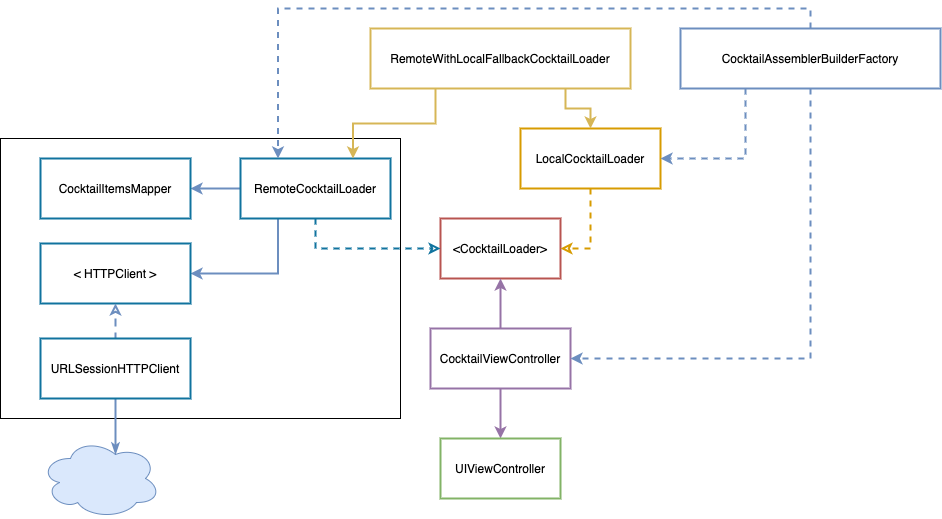
The draw.io diagram cocktail_list_feature_architecture.png in fvegagiga/DrinGo, before a commit. Source tidied: cells renumbered, new cells last; positions are measured from the earlier drawing's top-left corner, leaving out a move shared by most shapes.
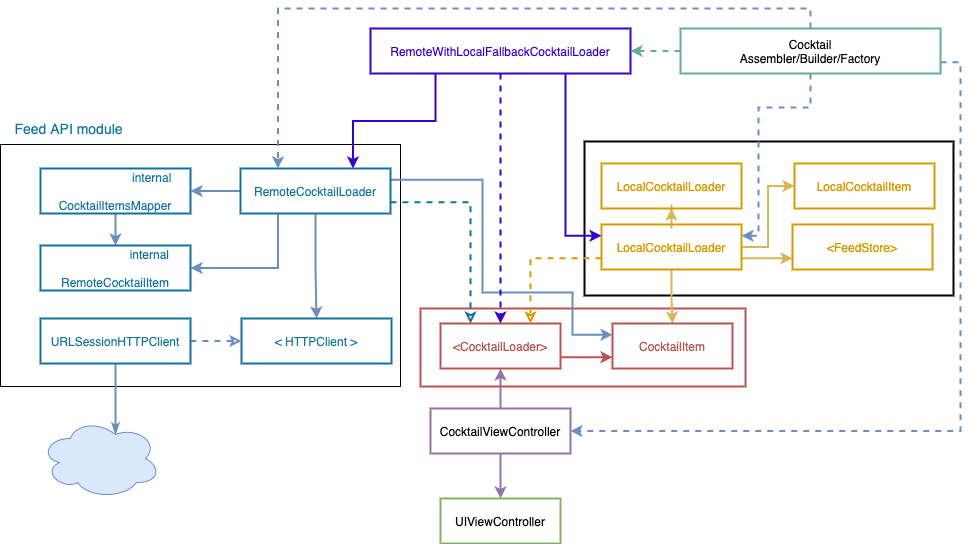
After the change.

Commit message:
Update architecture graph

The edit, as a diff of the source:
```diff
@@ -2,38 +2,75 @@
   <root>
     <mxCell id="0" />
     <mxCell id="1" parent="0" />
+    <mxCell id="27" style="rounded=0;whiteSpace=wrap;html=1;strokeWidth=2;fillColor=none;gradientColor=none;" parent="1" vertex="1">
+      <mxGeometry x="584" y="133" width="369" height="154" as="geometry" />
+    </mxCell>
+    <mxCell id="28" style="rounded=0;whiteSpace=wrap;html=1;strokeColor=#b85450;fillColor=none;strokeWidth=2;" parent="1" vertex="1">
+      <mxGeometry x="420" y="300" width="325" height="78" as="geometry" />
+    </mxCell>
-    <mxCell id="2" style="rounded=0;whiteSpace=wrap;html=1;" parent="1" vertex="1">
-      <mxGeometry y="110" width="400" height="280" as="geometry" />
+    <mxCell id="2" style="rounded=0;whiteSpace=wrap;html=1;fillColor=none;" parent="1" vertex="1">
+      <mxGeometry y="136" width="400" height="242" as="geometry" />
     </mxCell>
+    <mxCell id="29" style="edgeStyle=orthogonalEdgeStyle;rounded=0;jettySize=auto;html=1;entryX=0;entryY=0.75;entryDx=0;entryDy=0;strokeWidth=2;exitX=1;exitY=0.75;exitDx=0;exitDy=0;fillColor=#f8cecc;strokeColor=#b85450;" parent="1" edge="1" source="3" target="39">
+      <mxGeometry relative="1" as="geometry" />
+    </mxCell>
-    <mxCell id="3" value="&amp;lt;CocktailLoader&amp;gt;" style="rounded=0;whiteSpace=wrap;html=1;strokeColor=#b85450;fillColor=none;strokeWidth=2;" parent="1" vertex="1">
-      <mxGeometry x="440" y="190" width="120" height="60" as="geometry" />
+    <mxCell id="3" value="&amp;lt;CocktailLoader&amp;gt;" style="rounded=0;whiteSpace=wrap;html=1;strokeColor=#b85450;fillColor=none;strokeWidth=2;fontColor=#B85450;" parent="1" vertex="1">
+      <mxGeometry x="440" y="315" width="120" height="45" as="geometry" />
     </mxCell>
-    <mxCell id="4" style="edgeStyle=orthogonalEdgeStyle;rounded=0;jettySize=auto;html=1;exitX=0.5;exitY=1;exitDx=0;exitDy=0;entryX=0;entryY=0.5;entryDx=0;entryDy=0;dashed=1;endArrow=classic;endFill=0;fillColor=#b1ddf0;strokeColor=#10739e;strokeWidth=2;" parent="1" edge="1" source="7" target="3">
+    <mxCell id="4" style="edgeStyle=orthogonalEdgeStyle;rounded=0;jettySize=auto;html=1;exitX=1;exitY=0.75;exitDx=0;exitDy=0;entryX=0.25;entryY=0;entryDx=0;entryDy=0;dashed=1;endArrow=classic;endFill=0;fillColor=#b1ddf0;strokeColor=#10739e;strokeWidth=2;" parent="1" edge="1" source="7" target="3">
       <mxGeometry relative="1" as="geometry" />
     </mxCell>
     <mxCell id="5" style="edgeStyle=orthogonalEdgeStyle;rounded=0;jettySize=auto;html=1;exitX=0;exitY=0.5;exitDx=0;exitDy=0;entryX=1;entryY=0.5;entryDx=0;entryDy=0;fillColor=#dae8fc;strokeColor=#6c8ebf;strokeWidth=2;" parent="1" edge="1" source="7" target="21">
       <mxGeometry relative="1" as="geometry" />
     </mxCell>
-    <mxCell id="6" style="edgeStyle=orthogonalEdgeStyle;rounded=0;jettySize=auto;html=1;exitX=0.25;exitY=1;exitDx=0;exitDy=0;entryX=1;entryY=0.5;entryDx=0;entryDy=0;strokeWidth=2;fillColor=#dae8fc;strokeColor=#6c8ebf;" parent="1" edge="1" source="7" target="22">
+    <mxCell id="6" style="edgeStyle=orthogonalEdgeStyle;rounded=0;jettySize=auto;html=1;exitX=0.5;exitY=1;exitDx=0;exitDy=0;strokeWidth=2;fillColor=#dae8fc;strokeColor=#6c8ebf;entryX=0.5;entryY=0;entryDx=0;entryDy=0;" parent="1" edge="1" source="7" target="22">
       <mxGeometry relative="1" as="geometry" />
     </mxCell>
+    <mxCell id="30" style="edgeStyle=orthogonalEdgeStyle;rounded=0;jettySize=auto;html=1;entryX=0;entryY=0.25;entryDx=0;entryDy=0;strokeWidth=2;fillColor=#dae8fc;strokeColor=#6c8ebf;exitX=1;exitY=0.25;exitDx=0;exitDy=0;" parent="1" edge="1" source="7" target="39">
+      <mxGeometry relative="1" as="geometry">
+        <Array as="points">
+          <mxPoint x="482" y="171" />
+          <mxPoint x="482" y="284" />
+          <mxPoint x="572" y="284" />
+          <mxPoint x="572" y="326" />
+        </Array>
+      </mxGeometry>
+    </mxCell>
+    <mxCell id="31" style="edgeStyle=orthogonalEdgeStyle;rounded=0;jettySize=auto;html=1;exitX=0.25;exitY=1;exitDx=0;exitDy=0;entryX=1;entryY=0.5;entryDx=0;entryDy=0;strokeWidth=2;fillColor=#dae8fc;strokeColor=#6c8ebf;" parent="1" edge="1" source="7" target="40">
+      <mxGeometry relative="1" as="geometry" />
+    </mxCell>
-    <mxCell id="7" value="RemoteCocktailLoader" style="rounded=0;whiteSpace=wrap;html=1;strokeColor=#10739e;fillColor=none;strokeWidth=2;" parent="1" vertex="1">
-      <mxGeometry x="240" y="130" width="150" height="60" as="geometry" />
+    <mxCell id="7" value="RemoteCocktailLoader" style="rounded=0;whiteSpace=wrap;html=1;strokeColor=#10739e;fillColor=none;strokeWidth=2;fontSize=12;fontColor=#10739E;" parent="1" vertex="1">
+      <mxGeometry x="240" y="160" width="150" height="45" as="geometry" />
     </mxCell>
-    <mxCell id="8" style="edgeStyle=orthogonalEdgeStyle;rounded=0;jettySize=auto;html=1;exitX=0.5;exitY=1;exitDx=0;exitDy=0;entryX=1;entryY=0.5;entryDx=0;entryDy=0;dashed=1;fillColor=#ffe6cc;strokeColor=#d79b00;endArrow=classic;endFill=0;strokeWidth=2;" parent="1" edge="1" source="9" target="3">
+    <mxCell id="8" style="edgeStyle=orthogonalEdgeStyle;rounded=0;jettySize=auto;html=1;exitX=0;exitY=0.75;exitDx=0;exitDy=0;entryX=0.75;entryY=0;entryDx=0;entryDy=0;dashed=1;fillColor=#ffe6cc;strokeColor=#d79b00;endArrow=classic;endFill=0;strokeWidth=2;" parent="1" edge="1" source="9" target="3">
       <mxGeometry relative="1" as="geometry" />
     </mxCell>
+    <mxCell id="32" style="edgeStyle=orthogonalEdgeStyle;rounded=0;jettySize=auto;html=1;exitX=0.5;exitY=1;exitDx=0;exitDy=0;entryX=0.5;entryY=0;entryDx=0;entryDy=0;strokeWidth=2;fillColor=#fff2cc;strokeColor=#d6b656;" parent="1" edge="1" source="9" target="39">
+      <mxGeometry relative="1" as="geometry" />
+    </mxCell>
+    <mxCell id="33" style="edgeStyle=orthogonalEdgeStyle;rounded=0;jettySize=auto;html=1;entryX=0.5;entryY=1;entryDx=0;entryDy=0;strokeWidth=2;fillColor=#fff2cc;strokeColor=#d6b656;" parent="1" edge="1" source="9" target="41">
+      <mxGeometry relative="1" as="geometry" />
+    </mxCell>
+    <mxCell id="34" style="edgeStyle=orthogonalEdgeStyle;rounded=0;jettySize=auto;html=1;entryX=0;entryY=0.75;entryDx=0;entryDy=0;strokeWidth=2;exitX=1;exitY=0.75;exitDx=0;exitDy=0;fillColor=#fff2cc;strokeColor=#d6b656;" parent="1" edge="1" source="9" target="43">
+      <mxGeometry relative="1" as="geometry" />
+    </mxCell>
+    <mxCell id="35" style="edgeStyle=orthogonalEdgeStyle;rounded=0;jettySize=auto;html=1;entryX=0;entryY=0.5;entryDx=0;entryDy=0;strokeWidth=2;fillColor=#fff2cc;strokeColor=#d6b656;exitX=1;exitY=0.5;exitDx=0;exitDy=0;" parent="1" edge="1" source="9" target="42">
+      <mxGeometry relative="1" as="geometry" />
+    </mxCell>
-    <mxCell id="9" value="LocalCocktailLoader" style="rounded=0;whiteSpace=wrap;html=1;strokeColor=#d79b00;fillColor=none;strokeWidth=2;" parent="1" vertex="1">
-      <mxGeometry x="520" y="100" width="140" height="60" as="geometry" />
+    <mxCell id="9" value="LocalCocktailLoader" style="rounded=0;whiteSpace=wrap;html=1;strokeColor=#d79b00;fillColor=none;strokeWidth=2;fontColor=#D79B00;" parent="1" vertex="1">
+      <mxGeometry x="601" y="216" width="140" height="45" as="geometry" />
     </mxCell>
-    <mxCell id="10" style="edgeStyle=orthogonalEdgeStyle;rounded=0;jettySize=auto;html=1;exitX=0.25;exitY=1;exitDx=0;exitDy=0;entryX=0.75;entryY=0;entryDx=0;entryDy=0;fillColor=#fff2cc;strokeColor=#d6b656;strokeWidth=2;" parent="1" edge="1" source="12" target="7">
+    <mxCell id="10" style="edgeStyle=orthogonalEdgeStyle;rounded=0;jettySize=auto;html=1;exitX=0.25;exitY=1;exitDx=0;exitDy=0;entryX=0.75;entryY=0;entryDx=0;entryDy=0;fillColor=#6a00ff;strokeColor=#3700CC;strokeWidth=2;" parent="1" edge="1" source="12" target="7">
       <mxGeometry relative="1" as="geometry" />
     </mxCell>
-    <mxCell id="11" style="edgeStyle=orthogonalEdgeStyle;rounded=0;jettySize=auto;html=1;exitX=0.75;exitY=1;exitDx=0;exitDy=0;entryX=0.5;entryY=0;entryDx=0;entryDy=0;fillColor=#fff2cc;strokeColor=#d6b656;strokeWidth=2;" parent="1" edge="1" source="12" target="9">
+    <mxCell id="11" style="edgeStyle=orthogonalEdgeStyle;rounded=0;jettySize=auto;html=1;entryX=0;entryY=0.25;entryDx=0;entryDy=0;fillColor=#6a00ff;strokeColor=#3700CC;strokeWidth=2;exitX=0.75;exitY=1;exitDx=0;exitDy=0;" parent="1" edge="1" source="12" target="9">
       <mxGeometry relative="1" as="geometry" />
     </mxCell>
+    <mxCell id="36" style="edgeStyle=orthogonalEdgeStyle;rounded=0;jettySize=auto;html=1;exitX=0.5;exitY=1;exitDx=0;exitDy=0;entryX=0.5;entryY=0;entryDx=0;entryDy=0;dashed=1;fontSize=12;fontColor=#3700CC;strokeColor=#3700CC;strokeWidth=2;fillColor=#6a00ff;" parent="1" edge="1" source="12" target="3">
+      <mxGeometry relative="1" as="geometry" />
+    </mxCell>
-    <mxCell id="12" value="RemoteWithLocalFallbackCocktailLoader" style="rounded=0;whiteSpace=wrap;html=1;strokeColor=#d6b656;strokeWidth=2;fillColor=none;" parent="1" vertex="1">
-      <mxGeometry x="370" width="260" height="60" as="geometry" />
+    <mxCell id="12" value="RemoteWithLocalFallbackCocktailLoader" style="rounded=0;whiteSpace=wrap;html=1;strokeColor=#3700CC;strokeWidth=2;fillColor=none;fontColor=#3700CC;" parent="1" vertex="1">
+      <mxGeometry x="370" y="20" width="260" height="45" as="geometry" />
     </mxCell>
     <mxCell id="13" style="edgeStyle=orthogonalEdgeStyle;rounded=0;jettySize=auto;html=1;exitX=0.5;exitY=1;exitDx=0;exitDy=0;entryX=0.5;entryY=0;entryDx=0;entryDy=0;fillColor=#e1d5e7;strokeColor=#9673a6;strokeWidth=2;" parent="1" edge="1" source="15" target="16">
       <mxGeometry relative="1" as="geometry" />
@@ -42,40 +79,70 @@
       <mxGeometry relative="1" as="geometry" />
     </mxCell>
     <mxCell id="15" value="CocktailViewController" style="rounded=0;whiteSpace=wrap;html=1;strokeColor=#9673a6;fillColor=none;strokeWidth=2;" parent="1" vertex="1">
-      <mxGeometry x="430" y="300" width="140" height="60" as="geometry" />
+      <mxGeometry x="430" y="400" width="140" height="45" as="geometry" />
     </mxCell>
     <mxCell id="16" value="UIViewController" style="rounded=0;whiteSpace=wrap;html=1;strokeColor=#82b366;fillColor=none;strokeWidth=2;" parent="1" vertex="1">
-      <mxGeometry x="440" y="410" width="120" height="60" as="geometry" />
+      <mxGeometry x="440" y="490" width="120" height="45" as="geometry" />
     </mxCell>
     <mxCell id="17" style="edgeStyle=orthogonalEdgeStyle;rounded=0;jettySize=auto;html=1;exitX=0.5;exitY=0;exitDx=0;exitDy=0;entryX=0.25;entryY=0;entryDx=0;entryDy=0;dashed=1;fillColor=#dae8fc;strokeColor=#6c8ebf;strokeWidth=2;" parent="1" edge="1" source="20" target="7">
       <mxGeometry relative="1" as="geometry" />
     </mxCell>
-    <mxCell id="18" style="edgeStyle=orthogonalEdgeStyle;rounded=0;jettySize=auto;html=1;exitX=0.5;exitY=1;exitDx=0;exitDy=0;entryX=1;entryY=0.5;entryDx=0;entryDy=0;dashed=1;fillColor=#dae8fc;strokeColor=#6c8ebf;strokeWidth=2;" parent="1" edge="1" source="20" target="15">
+    <mxCell id="18" style="edgeStyle=orthogonalEdgeStyle;rounded=0;jettySize=auto;html=1;exitX=1;exitY=0.75;exitDx=0;exitDy=0;entryX=1;entryY=0.5;entryDx=0;entryDy=0;dashed=1;fillColor=#dae8fc;strokeColor=#6c8ebf;strokeWidth=2;" parent="1" edge="1" source="20" target="15">
       <mxGeometry relative="1" as="geometry" />
     </mxCell>
-    <mxCell id="19" style="edgeStyle=orthogonalEdgeStyle;rounded=0;jettySize=auto;html=1;exitX=0.25;exitY=1;exitDx=0;exitDy=0;entryX=1;entryY=0.5;entryDx=0;entryDy=0;dashed=1;fillColor=#dae8fc;strokeColor=#6c8ebf;strokeWidth=2;" parent="1" edge="1" source="20" target="9">
-      <mxGeometry relative="1" as="geometry" />
+    <mxCell id="19" style="edgeStyle=orthogonalEdgeStyle;rounded=0;jettySize=auto;html=1;exitX=0.5;exitY=1;exitDx=0;exitDy=0;entryX=1;entryY=0.25;entryDx=0;entryDy=0;dashed=1;fillColor=#dae8fc;strokeColor=#6c8ebf;strokeWidth=2;" parent="1" edge="1" source="20" target="9">
+      <mxGeometry relative="1" as="geometry">
+        <Array as="points">
+          <mxPoint x="810" y="99" />
+          <mxPoint x="758" y="99" />
+          <mxPoint x="758" y="227" />
+        </Array>
+      </mxGeometry>
     </mxCell>
+    <mxCell id="37" style="edgeStyle=orthogonalEdgeStyle;rounded=0;jettySize=auto;html=1;entryX=1;entryY=0.5;entryDx=0;entryDy=0;strokeWidth=2;dashed=1;strokeColor=#67AB9F;" parent="1" edge="1" source="20" target="12">
+      <mxGeometry relative="1" as="geometry" />
+    </mxCell>
-    <mxCell id="20" value="CocktailAssemblerBuilderFactory" style="rounded=0;whiteSpace=wrap;html=1;strokeColor=#6c8ebf;fillColor=none;labelBackgroundColor=none;labelBorderColor=none;strokeWidth=2;" parent="1" vertex="1">
-      <mxGeometry x="680" width="260" height="60" as="geometry" />
+    <mxCell id="20" value="Cocktail&lt;br&gt;Assembler/Builder/Factory" style="rounded=0;whiteSpace=wrap;html=1;fillColor=none;labelBackgroundColor=none;labelBorderColor=none;strokeWidth=2;strokeColor=#67AB9F;" parent="1" vertex="1">
+      <mxGeometry x="680" y="20" width="260" height="45" as="geometry" />
     </mxCell>
+    <mxCell id="38" style="edgeStyle=orthogonalEdgeStyle;rounded=0;jettySize=auto;html=1;entryX=0.5;entryY=0;entryDx=0;entryDy=0;strokeWidth=2;fillColor=#dae8fc;strokeColor=#6c8ebf;" parent="1" edge="1" source="21" target="40">
+      <mxGeometry relative="1" as="geometry" />
+    </mxCell>
-    <mxCell id="21" value="CocktailItemsMapper" style="rounded=0;whiteSpace=wrap;html=1;strokeColor=#10739e;fillColor=none;strokeWidth=2;" parent="1" vertex="1">
-      <mxGeometry x="40" y="130" width="150" height="60" as="geometry" />
+    <mxCell id="21" value="&lt;div style=&quot;text-align: right; font-size: 12px;&quot;&gt;&lt;span style=&quot;font-size: 12px;&quot;&gt;&lt;font style=&quot;font-size: 12px;&quot;&gt;internal&lt;/font&gt;&lt;/span&gt;&lt;/div&gt;&lt;div style=&quot;text-align: right; font-size: 12px;&quot;&gt;&lt;span style=&quot;font-size: 12px;&quot;&gt;&lt;font style=&quot;font-size: 12px;&quot;&gt;&lt;br style=&quot;font-size: 12px;&quot;&gt;&lt;/font&gt;&lt;/span&gt;&lt;/div&gt;CocktailItemsMapper" style="rounded=0;whiteSpace=wrap;html=1;strokeColor=#10739e;fillColor=none;strokeWidth=2;fontSize=12;fontColor=#10739E;" parent="1" vertex="1">
+      <mxGeometry x="40" y="160" width="150" height="45" as="geometry" />
     </mxCell>
-    <mxCell id="22" value="&amp;lt; HTTPClient &amp;gt;" style="rounded=0;whiteSpace=wrap;html=1;strokeColor=#10739e;fillColor=none;strokeWidth=2;" parent="1" vertex="1">
-      <mxGeometry x="40" y="215" width="150" height="60" as="geometry" />
+    <mxCell id="22" value="&amp;lt; HTTPClient &amp;gt;" style="rounded=0;whiteSpace=wrap;html=1;strokeColor=#10739e;fillColor=none;strokeWidth=2;fontSize=12;fontColor=#10739E;" parent="1" vertex="1">
+      <mxGeometry x="241" y="310" width="150" height="45" as="geometry" />
     </mxCell>
-    <mxCell id="23" style="edgeStyle=orthogonalEdgeStyle;rounded=0;jettySize=auto;html=1;entryX=0.5;entryY=1;entryDx=0;entryDy=0;strokeWidth=2;dashed=1;endArrow=classic;endFill=0;fillColor=#dae8fc;strokeColor=#6c8ebf;" parent="1" edge="1" source="25" target="22">
+    <mxCell id="23" style="edgeStyle=orthogonalEdgeStyle;rounded=0;jettySize=auto;html=1;entryX=0;entryY=0.5;entryDx=0;entryDy=0;strokeWidth=2;dashed=1;endArrow=classic;endFill=0;fillColor=#dae8fc;strokeColor=#6c8ebf;" parent="1" edge="1" source="25" target="22">
       <mxGeometry relative="1" as="geometry" />
     </mxCell>
     <mxCell id="24" style="edgeStyle=orthogonalEdgeStyle;rounded=0;jettySize=auto;html=1;entryX=0.625;entryY=0.2;entryDx=0;entryDy=0;entryPerimeter=0;endArrow=classicThin;endFill=1;strokeWidth=2;fillColor=#dae8fc;strokeColor=#6c8ebf;" parent="1" edge="1" source="25" target="26">
       <mxGeometry relative="1" as="geometry" />
     </mxCell>
-    <mxCell id="25" value="URLSessionHTTPClient" style="rounded=0;whiteSpace=wrap;html=1;strokeColor=#10739e;fillColor=none;strokeWidth=2;" parent="1" vertex="1">
-      <mxGeometry x="40" y="310" width="150" height="60" as="geometry" />
+    <mxCell id="25" value="URLSessionHTTPClient" style="rounded=0;whiteSpace=wrap;html=1;strokeColor=#10739e;fillColor=none;strokeWidth=2;fontSize=12;fontColor=#10739E;" parent="1" vertex="1">
+      <mxGeometry x="40" y="310" width="150" height="45" as="geometry" />
     </mxCell>
     <mxCell id="26" style="ellipse;shape=cloud;whiteSpace=wrap;html=1;fillColor=#dae8fc;strokeColor=#6c8ebf;" parent="1" vertex="1">
       <mxGeometry x="40" y="410" width="120" height="80" as="geometry" />
     </mxCell>
+    <mxCell id="39" value="CocktailItem" style="rounded=0;whiteSpace=wrap;html=1;strokeColor=#b85450;fillColor=none;strokeWidth=2;fontColor=#B85450;" parent="1" vertex="1">
+      <mxGeometry x="612" y="315" width="120" height="45" as="geometry" />
+    </mxCell>
+    <mxCell id="40" value="&lt;div style=&quot;text-align: right; font-size: 12px;&quot;&gt;&lt;font style=&quot;font-size: 12px;&quot;&gt;internal&lt;/font&gt;&lt;/div&gt;&lt;div style=&quot;text-align: right; font-size: 12px;&quot;&gt;&lt;font style=&quot;font-size: 12px;&quot;&gt;&lt;br style=&quot;font-size: 12px;&quot;&gt;&lt;/font&gt;&lt;/div&gt;&lt;div style=&quot;text-align: right; font-size: 12px;&quot;&gt;&lt;font style=&quot;font-size: 12px;&quot;&gt;RemoteCocktailItem&lt;/font&gt;&lt;/div&gt;" style="rounded=0;whiteSpace=wrap;html=1;strokeColor=#10739e;fillColor=none;strokeWidth=2;fontSize=12;fontColor=#10739E;" parent="1" vertex="1">
+      <mxGeometry x="40" y="237" width="150" height="45" as="geometry" />
+    </mxCell>
+    <mxCell id="41" value="LocalCocktailLoader" style="rounded=0;whiteSpace=wrap;html=1;strokeColor=#d79b00;fillColor=none;strokeWidth=2;fontColor=#D79B00;" parent="1" vertex="1">
+      <mxGeometry x="601" y="155" width="140" height="45" as="geometry" />
+    </mxCell>
+    <mxCell id="42" value="LocalCocktailItem" style="rounded=0;whiteSpace=wrap;html=1;strokeColor=#d79b00;fillColor=none;strokeWidth=2;fontColor=#D79B00;" parent="1" vertex="1">
+      <mxGeometry x="794" y="155" width="140" height="45" as="geometry" />
+    </mxCell>
+    <mxCell id="43" value="&amp;lt;FeedStore&amp;gt;" style="rounded=0;whiteSpace=wrap;html=1;strokeColor=#d79b00;fillColor=none;strokeWidth=2;fontColor=#D79B00;" parent="1" vertex="1">
+      <mxGeometry x="792" y="216" width="140" height="45" as="geometry" />
+    </mxCell>
+    <mxCell id="44" value="Feed API module" style="text;html=1;align=center;verticalAlign=middle;whiteSpace=wrap;rounded=0;fontSize=14;fontColor=#10739E;" parent="1" vertex="1">
+      <mxGeometry x="7" y="110" width="123" height="20" as="geometry" />
+    </mxCell>
   </root>
 </mxGraphModel>
```
